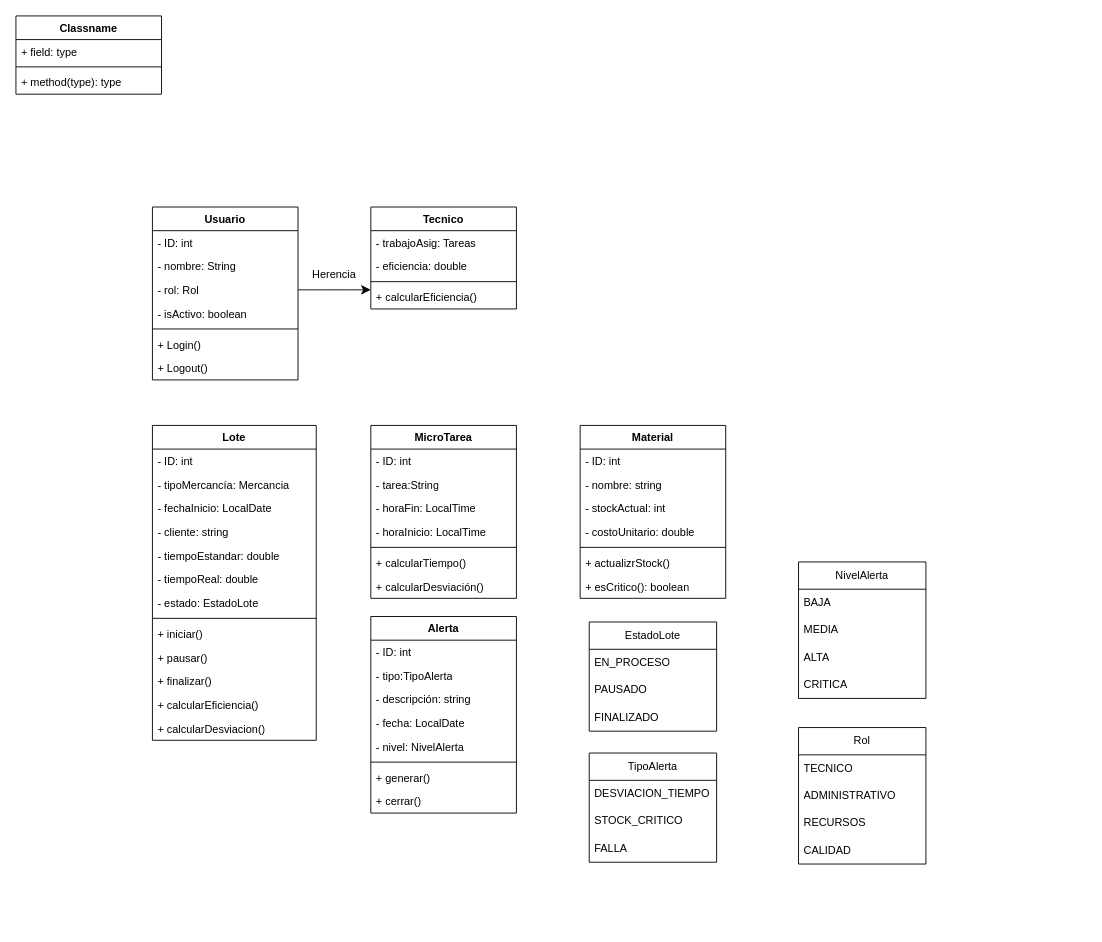
This is Diagrama de clases.drawio from SantiArandaRod/dev_CiberLight, a draw.io file, before an edit. Source tidied: cells renumbered, new cells numbered last; positions are measured from the earlier drawing's top-left corner, leaving out a move shared by most shapes. Both pictures are drawn from the tidied source at 91%, with x=0, y=0 at pixel (15, 15).
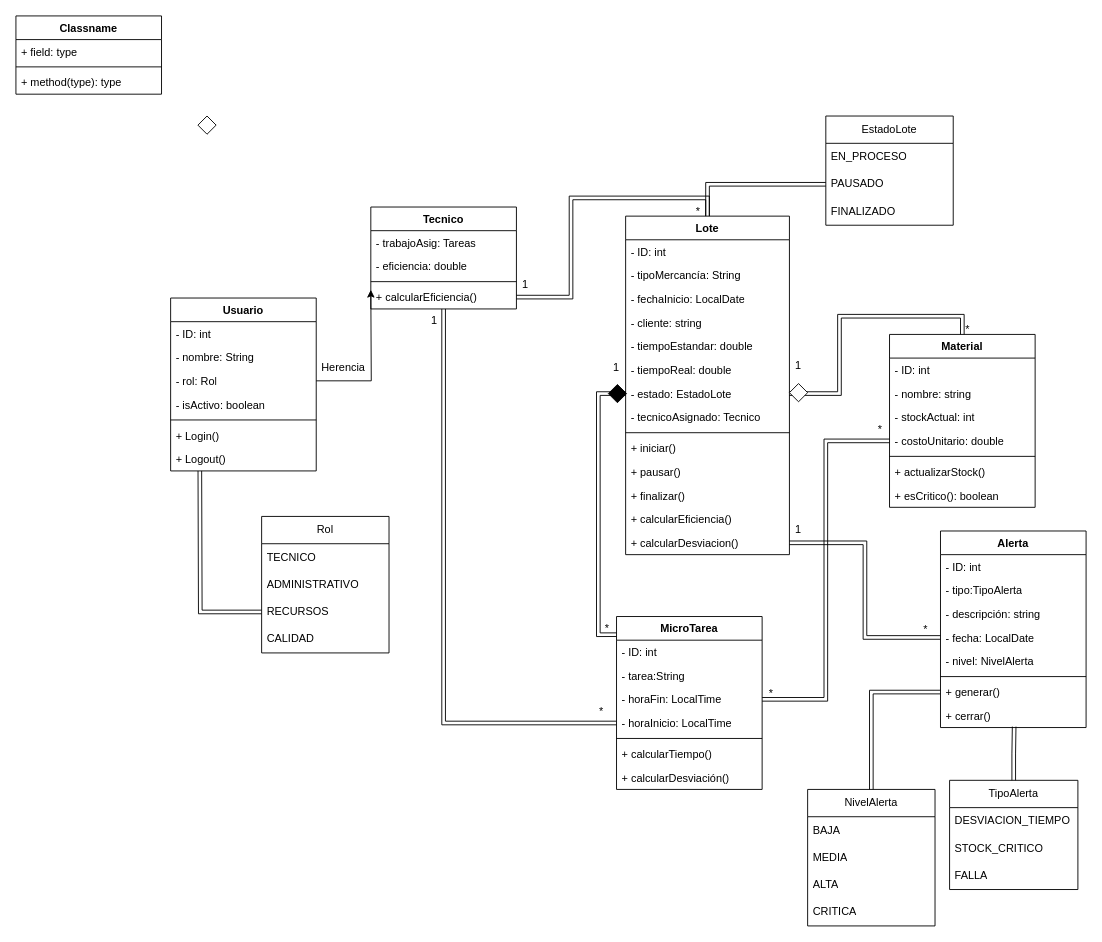
The same diagram, later.

Commit message:
añadiendo relaciones, composiciones

The change refers to these unchanged cells:
```xml
<mxCell id="5" value="- rol: Rol" style="text;strokeColor=none;fillColor=none;align=left;verticalAlign=top;spacingLeft=4;spacingRight=4;overflow=hidden;points=[[0,0.5],[1,0.5]];portConstraint=eastwest;whiteSpace=wrap;html=1;" parent="2" vertex="1">
  <mxGeometry y="78" width="160" height="26" as="geometry" />
</mxCell>
<mxCell id="10" value="Tecnico" style="swimlane;fontStyle=1;align=center;verticalAlign=top;horizontal=1;startSize=26;whiteSpace=wrap;html=1;" parent="1" vertex="1">
  <mxGeometry x="390" y="210" width="160" height="112" as="geometry" />
</mxCell>
<mxCell id="14" value="+ calcularEficiencia()" style="text;strokeColor=none;fillColor=none;align=left;verticalAlign=top;spacingLeft=4;spacingRight=4;overflow=hidden;points=[[0,0.5],[1,0.5]];portConstraint=eastwest;whiteSpace=wrap;html=1;" parent="10" vertex="1">
  <mxGeometry y="86" width="160" height="26" as="geometry" />
</mxCell>
<mxCell id="23" value="- estado: EstadoLote" style="text;strokeColor=none;fillColor=none;align=left;verticalAlign=top;spacingLeft=4;spacingRight=4;overflow=hidden;points=[[0,0.5],[1,0.5]];portConstraint=eastwest;whiteSpace=wrap;html=1;" parent="16" vertex="1">
  <mxGeometry y="182" width="180" height="26" as="geometry" />
</mxCell>
<mxCell id="33" value="- horaFin: LocalTime" style="text;strokeColor=none;fillColor=none;align=left;verticalAlign=top;spacingLeft=4;spacingRight=4;overflow=hidden;points=[[0,0.5],[1,0.5]];portConstraint=eastwest;whiteSpace=wrap;html=1;" parent="30" vertex="1">
  <mxGeometry y="78" width="160" height="26" as="geometry" />
</mxCell>
<mxCell id="34" value="- horaInicio: LocalTime" style="text;strokeColor=none;fillColor=none;align=left;verticalAlign=top;spacingLeft=4;spacingRight=4;overflow=hidden;points=[[0,0.5],[1,0.5]];portConstraint=eastwest;whiteSpace=wrap;html=1;" parent="30" vertex="1">
  <mxGeometry y="104" width="160" height="26" as="geometry" />
</mxCell>
<mxCell id="47" value="- costoUnitario: double" style="text;strokeColor=none;fillColor=none;align=left;verticalAlign=top;spacingLeft=4;spacingRight=4;overflow=hidden;points=[[0,0.5],[1,0.5]];portConstraint=eastwest;whiteSpace=wrap;html=1;" parent="43" vertex="1">
  <mxGeometry y="104" width="160" height="26" as="geometry" />
</mxCell>
<mxCell id="55" value="- fecha: LocalDate" style="text;strokeColor=none;fillColor=none;align=left;verticalAlign=top;spacingLeft=4;spacingRight=4;overflow=hidden;points=[[0,0.5],[1,0.5]];portConstraint=eastwest;whiteSpace=wrap;html=1;" parent="51" vertex="1">
  <mxGeometry y="104" width="160" height="26" as="geometry" />
</mxCell>
<mxCell id="58" value="+ generar()" style="text;strokeColor=none;fillColor=none;align=left;verticalAlign=top;spacingLeft=4;spacingRight=4;overflow=hidden;points=[[0,0.5],[1,0.5]];portConstraint=eastwest;whiteSpace=wrap;html=1;" parent="51" vertex="1">
  <mxGeometry y="164" width="160" height="26" as="geometry" />
</mxCell>
<mxCell id="59" value="+ cerrar()" style="text;strokeColor=none;fillColor=none;align=left;verticalAlign=top;spacingLeft=4;spacingRight=4;overflow=hidden;points=[[0,0.5],[1,0.5]];portConstraint=eastwest;whiteSpace=wrap;html=1;" parent="51" vertex="1">
  <mxGeometry y="190" width="160" height="26" as="geometry" />
</mxCell>
<mxCell id="62" value="PAUSADO" style="text;strokeColor=none;fillColor=none;align=left;verticalAlign=middle;spacingLeft=4;spacingRight=4;overflow=hidden;points=[[0,0.5],[1,0.5]];portConstraint=eastwest;whiteSpace=wrap;html=1;" parent="60" vertex="1">
  <mxGeometry y="60" width="140" height="30" as="geometry" />
</mxCell>
<mxCell id="76" value="RECURSOS" style="text;strokeColor=none;fillColor=none;align=left;verticalAlign=middle;spacingLeft=4;spacingRight=4;overflow=hidden;points=[[0,0.5],[1,0.5]];portConstraint=eastwest;whiteSpace=wrap;html=1;" parent="73" vertex="1">
  <mxGeometry y="90" width="140" height="30" as="geometry" />
</mxCell>
```

What changed in the source:
```diff
@@
     <mxCell id="2" value="Usuario" style="swimlane;fontStyle=1;align=center;verticalAlign=top;horizontal=1;startSize=26;whiteSpace=wrap;html=1;" parent="1" vertex="1">
-      <mxGeometry x="150" y="210" width="160" height="190" as="geometry" />
+      <mxGeometry x="170" y="310" width="160" height="190" as="geometry" />
     </mxCell>
@@
+    <mxCell id="78" style="edgeStyle=orthogonalEdgeStyle;rounded=0;jettySize=auto;html=1;entryX=0;entryY=0.5;entryDx=0;entryDy=0;shape=link;" parent="1" edge="1" source="10" target="34">
+      <mxGeometry relative="1" as="geometry" />
+    </mxCell>
@@
-    <mxCell id="15" style="edgeStyle=none;curved=1;rounded=0;jettySize=auto;html=1;fontSize=12;startSize=8;endSize=8;exitX=1;exitY=0.5;exitDx=0;exitDy=0;" parent="1" edge="1" source="5">
+    <mxCell id="15" style="edgeStyle=orthogonalEdgeStyle;rounded=0;jettySize=auto;html=1;fontSize=12;exitX=1;exitY=0.5;exitDx=0;exitDy=0;" parent="1" edge="1" source="5">
       <mxGeometry relative="1" as="geometry">
         <mxPoint x="390" y="301" as="targetPoint" />
       </mxGeometry>
     </mxCell>
+    <mxCell id="79" style="edgeStyle=orthogonalEdgeStyle;rounded=0;jettySize=auto;html=1;entryX=0;entryY=0.5;entryDx=0;entryDy=0;shape=link;" parent="1" edge="1" source="16" target="62">
+      <mxGeometry relative="1" as="geometry" />
+    </mxCell>
     <mxCell id="16" value="Lote" style="swimlane;fontStyle=1;align=center;verticalAlign=top;horizontal=1;startSize=26;whiteSpace=wrap;html=1;" parent="1" vertex="1">
-      <mxGeometry x="150" y="450" width="180" height="346" as="geometry" />
+      <mxGeometry x="670" y="220" width="180" height="372" as="geometry" />
     </mxCell>
@@
-    <mxCell id="18" value="- tipoMercancía: Mercancia" style="text;strokeColor=none;fillColor=none;align=left;verticalAlign=top;spacingLeft=4;spacingRight=4;overflow=hidden;whiteSpace=wrap;html=1;" parent="16" vertex="1">
+    <mxCell id="18" value="- tipoMercancía: String&lt;div&gt;&lt;br&gt;&lt;/div&gt;" style="text;strokeColor=none;fillColor=none;align=left;verticalAlign=top;spacingLeft=4;spacingRight=4;overflow=hidden;whiteSpace=wrap;html=1;" parent="16" vertex="1">
       <mxGeometry y="52" width="180" height="26" as="geometry" />
     </mxCell>
@@
+    <mxCell id="80" value="- tecnicoAsignado: Tecnico" style="text;strokeColor=none;fillColor=none;align=left;verticalAlign=top;spacingLeft=4;spacingRight=4;overflow=hidden;whiteSpace=wrap;html=1;" parent="16" vertex="1">
+      <mxGeometry y="208" width="180" height="26" as="geometry" />
+    </mxCell>
     <mxCell id="24" style="line;strokeWidth=1;fillColor=none;align=left;verticalAlign=middle;spacingTop=-1;spacingLeft=3;spacingRight=3;labelPosition=right;strokeColor=inherit;" parent="16" vertex="1">
-      <mxGeometry y="208" width="180" height="8" as="geometry" />
+      <mxGeometry y="234" width="180" height="8" as="geometry" />
     </mxCell>
     <mxCell id="25" value="+ iniciar()" style="text;strokeColor=none;fillColor=none;align=left;verticalAlign=top;spacingLeft=4;spacingRight=4;overflow=hidden;whiteSpace=wrap;html=1;" parent="16" vertex="1">
-      <mxGeometry y="216" width="180" height="26" as="geometry" />
+      <mxGeometry y="242" width="180" height="26" as="geometry" />
     </mxCell>
     <mxCell id="26" value="+ pausar()" style="text;strokeColor=none;fillColor=none;align=left;verticalAlign=top;spacingLeft=4;spacingRight=4;overflow=hidden;whiteSpace=wrap;html=1;" parent="16" vertex="1">
-      <mxGeometry y="242" width="180" height="26" as="geometry" />
+      <mxGeometry y="268" width="180" height="26" as="geometry" />
     </mxCell>
     <mxCell id="27" value="+ finalizar()" style="text;strokeColor=none;fillColor=none;align=left;verticalAlign=top;spacingLeft=4;spacingRight=4;overflow=hidden;whiteSpace=wrap;html=1;" parent="16" vertex="1">
-      <mxGeometry y="268" width="180" height="26" as="geometry" />
+      <mxGeometry y="294" width="180" height="26" as="geometry" />
     </mxCell>
     <mxCell id="28" value="+ calcularEficiencia()" style="text;strokeColor=none;fillColor=none;align=left;verticalAlign=top;spacingLeft=4;spacingRight=4;overflow=hidden;whiteSpace=wrap;html=1;" parent="16" vertex="1">
-      <mxGeometry y="294" width="180" height="26" as="geometry" />
+      <mxGeometry y="320" width="180" height="26" as="geometry" />
     </mxCell>
     <mxCell id="29" value="+ calcularDesviacion()" style="text;strokeColor=none;fillColor=none;align=left;verticalAlign=top;spacingLeft=4;spacingRight=4;overflow=hidden;points=[[0,0.5],[1,0.5]];portConstraint=eastwest;whiteSpace=wrap;html=1;" parent="16" vertex="1">
-      <mxGeometry y="320" width="180" height="26" as="geometry" />
+      <mxGeometry y="346" width="180" height="26" as="geometry" />
     </mxCell>
     <mxCell id="30" value="MicroTarea" style="swimlane;fontStyle=1;align=center;verticalAlign=top;horizontal=1;startSize=26;whiteSpace=wrap;html=1;" parent="1" vertex="1">
-      <mxGeometry x="390" y="450" width="160" height="190" as="geometry" />
+      <mxGeometry x="660" y="660" width="160" height="190" as="geometry" />
     </mxCell>
@@
     <mxCell id="38" value="Herencia" style="text;html=1;whiteSpace=wrap;strokeColor=none;fillColor=none;align=center;verticalAlign=middle;rounded=0;" parent="1" vertex="1">
-      <mxGeometry x="320" y="270" width="60" height="30" as="geometry" />
+      <mxGeometry x="330" y="372" width="60" height="30" as="geometry" />
     </mxCell>
@@
     <mxCell id="43" value="Material" style="swimlane;fontStyle=1;align=center;verticalAlign=top;horizontal=1;startSize=26;whiteSpace=wrap;html=1;" parent="1" vertex="1">
-      <mxGeometry x="620" y="450" width="160" height="190" as="geometry" />
+      <mxGeometry x="960" y="350" width="160" height="190" as="geometry" />
     </mxCell>
@@
-    <mxCell id="49" value="+ actualizrStock()" style="text;strokeColor=none;fillColor=none;align=left;verticalAlign=top;spacingLeft=4;spacingRight=4;overflow=hidden;whiteSpace=wrap;html=1;" parent="43" vertex="1">
+    <mxCell id="49" value="+ actualizarStock()" style="text;strokeColor=none;fillColor=none;align=left;verticalAlign=top;spacingLeft=4;spacingRight=4;overflow=hidden;whiteSpace=wrap;html=1;" parent="43" vertex="1">
       <mxGeometry y="138" width="160" height="26" as="geometry" />
     </mxCell>
@@
     <mxCell id="51" value="Alerta" style="swimlane;fontStyle=1;align=center;verticalAlign=top;horizontal=1;startSize=26;whiteSpace=wrap;html=1;" parent="1" vertex="1">
-      <mxGeometry x="390" y="660" width="160" height="216" as="geometry" />
+      <mxGeometry x="1016" y="566" width="160" height="216" as="geometry" />
     </mxCell>
@@
     <mxCell id="60" value="EstadoLote" style="swimlane;fontStyle=0;horizontal=1;startSize=30;whiteSpace=wrap;html=1;" parent="1" vertex="1">
-      <mxGeometry x="630" y="666" width="140" height="120" as="geometry" />
+      <mxGeometry x="890" y="110" width="140" height="120" as="geometry" />
     </mxCell>
@@
     <mxCell id="64" value="TipoAlerta" style="swimlane;fontStyle=0;horizontal=1;startSize=30;whiteSpace=wrap;html=1;" parent="1" vertex="1">
-      <mxGeometry x="630" y="810" width="140" height="120" as="geometry" />
+      <mxGeometry x="1026" y="840" width="141" height="120" as="geometry" />
     </mxCell>
     <mxCell id="65" value="DESVIACION_TIEMPO" style="text;strokeColor=none;fillColor=none;align=left;verticalAlign=middle;spacingLeft=4;spacingRight=4;overflow=hidden;whiteSpace=wrap;html=1;" parent="64" vertex="1">
-      <mxGeometry y="30" width="140" height="30" as="geometry" />
+      <mxGeometry y="30" width="141" height="30" as="geometry" />
     </mxCell>
     <mxCell id="66" value="STOCK_CRITICO" style="text;strokeColor=none;fillColor=none;align=left;verticalAlign=middle;spacingLeft=4;spacingRight=4;overflow=hidden;whiteSpace=wrap;html=1;" parent="64" vertex="1">
-      <mxGeometry y="60" width="140" height="30" as="geometry" />
+      <mxGeometry y="60" width="141" height="30" as="geometry" />
     </mxCell>
     <mxCell id="67" value="FALLA" style="text;strokeColor=none;fillColor=none;align=left;verticalAlign=middle;spacingLeft=4;spacingRight=4;overflow=hidden;whiteSpace=wrap;html=1;" parent="64" vertex="1">
-      <mxGeometry y="90" width="140" height="30" as="geometry" />
+      <mxGeometry y="90" width="141" height="30" as="geometry" />
     </mxCell>
     <mxCell id="68" value="NivelAlerta" style="swimlane;fontStyle=0;horizontal=1;startSize=30;whiteSpace=wrap;html=1;" parent="1" vertex="1">
-      <mxGeometry x="860" y="600" width="140" height="150" as="geometry" />
+      <mxGeometry x="870" y="850" width="140" height="150" as="geometry" />
     </mxCell>
@@
     <mxCell id="73" value="Rol" style="swimlane;fontStyle=0;horizontal=1;startSize=30;whiteSpace=wrap;html=1;" parent="1" vertex="1">
-      <mxGeometry x="860" y="782" width="140" height="150" as="geometry" />
+      <mxGeometry x="270" y="550" width="140" height="150" as="geometry" />
     </mxCell>
@@
+    <mxCell id="81" style="edgeStyle=orthogonalEdgeStyle;rounded=0;jettySize=auto;html=1;exitX=1;exitY=0.5;exitDx=0;exitDy=0;entryX=0.5;entryY=0;entryDx=0;entryDy=0;shape=link;" parent="1" edge="1" source="14" target="16">
+      <mxGeometry relative="1" as="geometry" />
+    </mxCell>
+    <mxCell id="82" value="1" style="text;html=1;whiteSpace=wrap;strokeColor=none;fillColor=none;align=center;verticalAlign=middle;rounded=0;" parent="1" vertex="1">
+      <mxGeometry x="530" y="280" width="60" height="30" as="geometry" />
+    </mxCell>
+    <mxCell id="83" style="edgeStyle=orthogonalEdgeStyle;rounded=0;jettySize=auto;html=1;exitX=0;exitY=0.5;exitDx=0;exitDy=0;entryX=0;entryY=0.105;entryDx=0;entryDy=0;entryPerimeter=0;shape=link;" parent="1" edge="1" source="23" target="30">
+      <mxGeometry relative="1" as="geometry" />
+    </mxCell>
+    <mxCell id="84" value="1" style="text;html=1;whiteSpace=wrap;strokeColor=none;fillColor=none;align=center;verticalAlign=middle;rounded=0;" parent="1" vertex="1">
+      <mxGeometry x="630" y="372" width="60" height="30" as="geometry" />
+    </mxCell>
+    <mxCell id="85" value="*" style="text;html=1;whiteSpace=wrap;strokeColor=none;fillColor=none;align=center;verticalAlign=middle;rounded=0;" parent="1" vertex="1">
+      <mxGeometry x="620" y="659" width="60" height="30" as="geometry" />
+    </mxCell>
+    <mxCell id="86" style="edgeStyle=orthogonalEdgeStyle;rounded=0;jettySize=auto;html=1;exitX=1;exitY=0.5;exitDx=0;exitDy=0;entryX=0.5;entryY=0;entryDx=0;entryDy=0;shape=link;" parent="1" edge="1" source="23" target="43">
+      <mxGeometry relative="1" as="geometry" />
+    </mxCell>
+    <mxCell id="87" value="1" style="text;html=1;whiteSpace=wrap;strokeColor=none;fillColor=none;align=center;verticalAlign=middle;rounded=0;" parent="1" vertex="1">
+      <mxGeometry x="830" y="370" width="60" height="30" as="geometry" />
+    </mxCell>
+    <mxCell id="88" value="*" style="text;html=1;whiteSpace=wrap;strokeColor=none;fillColor=none;align=center;verticalAlign=middle;rounded=0;" parent="1" vertex="1">
+      <mxGeometry x="1016" y="330" width="60" height="30" as="geometry" />
+    </mxCell>
+    <mxCell id="89" style="rhombus;whiteSpace=wrap;html=1;" parent="1" vertex="1">
+      <mxGeometry x="200" y="110" width="20" height="20" as="geometry" />
+    </mxCell>
+    <mxCell id="90" style="rhombus;whiteSpace=wrap;html=1;" parent="1" vertex="1">
+      <mxGeometry x="850" y="404" width="20" height="20" as="geometry" />
+    </mxCell>
+    <mxCell id="91" style="rhombus;whiteSpace=wrap;html=1;fillColor=#000000;fontColor=#ffffff;strokeColor=#000000;" parent="1" vertex="1">
+      <mxGeometry x="651" y="405" width="20" height="20" as="geometry" />
+    </mxCell>
+    <mxCell id="92" style="edgeStyle=orthogonalEdgeStyle;rounded=0;jettySize=auto;html=1;exitX=1;exitY=0.5;exitDx=0;exitDy=0;entryX=0;entryY=0.5;entryDx=0;entryDy=0;shape=link;" parent="1" edge="1" source="29" target="55">
+      <mxGeometry relative="1" as="geometry" />
+    </mxCell>
+    <mxCell id="93" value="1" style="text;html=1;whiteSpace=wrap;strokeColor=none;fillColor=none;align=center;verticalAlign=middle;rounded=0;" parent="1" vertex="1">
+      <mxGeometry x="830" y="550" width="60" height="30" as="geometry" />
+    </mxCell>
+    <mxCell id="94" value="*" style="text;html=1;whiteSpace=wrap;strokeColor=none;fillColor=none;align=center;verticalAlign=middle;rounded=0;" parent="1" vertex="1">
+      <mxGeometry x="970" y="660" width="60" height="30" as="geometry" />
+    </mxCell>
+    <mxCell id="95" value="1" style="text;html=1;whiteSpace=wrap;strokeColor=none;fillColor=none;align=center;verticalAlign=middle;rounded=0;" parent="1" vertex="1">
+      <mxGeometry x="430" y="320" width="60" height="30" as="geometry" />
+    </mxCell>
+    <mxCell id="96" value="*" style="text;html=1;whiteSpace=wrap;strokeColor=none;fillColor=none;align=center;verticalAlign=middle;rounded=0;" parent="1" vertex="1">
+      <mxGeometry x="610" y="748" width="67" height="34" as="geometry" />
+    </mxCell>
+    <mxCell id="97" style="edgeStyle=orthogonalEdgeStyle;rounded=0;jettySize=auto;html=1;entryX=0;entryY=0.5;entryDx=0;entryDy=0;elbow=vertical;shape=link;" parent="1" edge="1" source="33" target="47">
+      <mxGeometry relative="1" as="geometry" />
+    </mxCell>
+    <mxCell id="98" value="*" style="text;html=1;whiteSpace=wrap;strokeColor=none;fillColor=none;align=center;verticalAlign=middle;rounded=0;" parent="1" vertex="1">
+      <mxGeometry x="800" y="730" width="60" height="30" as="geometry" />
+    </mxCell>
+    <mxCell id="99" value="*" style="text;html=1;whiteSpace=wrap;strokeColor=none;fillColor=none;align=center;verticalAlign=middle;rounded=0;" parent="1" vertex="1">
+      <mxGeometry x="920" y="440" width="60" height="30" as="geometry" />
+    </mxCell>
+    <mxCell id="100" value="*" style="text;html=1;whiteSpace=wrap;strokeColor=none;fillColor=none;align=center;verticalAlign=middle;rounded=0;" parent="1" vertex="1">
+      <mxGeometry x="720" y="200" width="60" height="30" as="geometry" />
+    </mxCell>
+    <mxCell id="101" style="edgeStyle=orthogonalEdgeStyle;rounded=0;jettySize=auto;html=1;entryX=0.506;entryY=0.962;entryDx=0;entryDy=0;entryPerimeter=0;shape=link;" parent="1" edge="1" source="64" target="59">
+      <mxGeometry relative="1" as="geometry" />
+    </mxCell>
+    <mxCell id="102" style="edgeStyle=orthogonalEdgeStyle;rounded=0;jettySize=auto;html=1;entryX=0.513;entryY=1.077;entryDx=0;entryDy=0;entryPerimeter=0;exitX=0;exitY=0.5;exitDx=0;exitDy=0;shape=link;" parent="1" edge="1" source="76">
+      <mxGeometry relative="1" as="geometry">
+        <mxPoint x="202.1" y="500" as="targetPoint" />
+      </mxGeometry>
+    </mxCell>
+    <mxCell id="103" style="edgeStyle=orthogonalEdgeStyle;rounded=0;jettySize=auto;html=1;exitX=0;exitY=0.5;exitDx=0;exitDy=0;entryX=0.5;entryY=0;entryDx=0;entryDy=0;shape=link;" parent="1" edge="1" source="58" target="68">
+      <mxGeometry relative="1" as="geometry" />
+    </mxCell>
```
